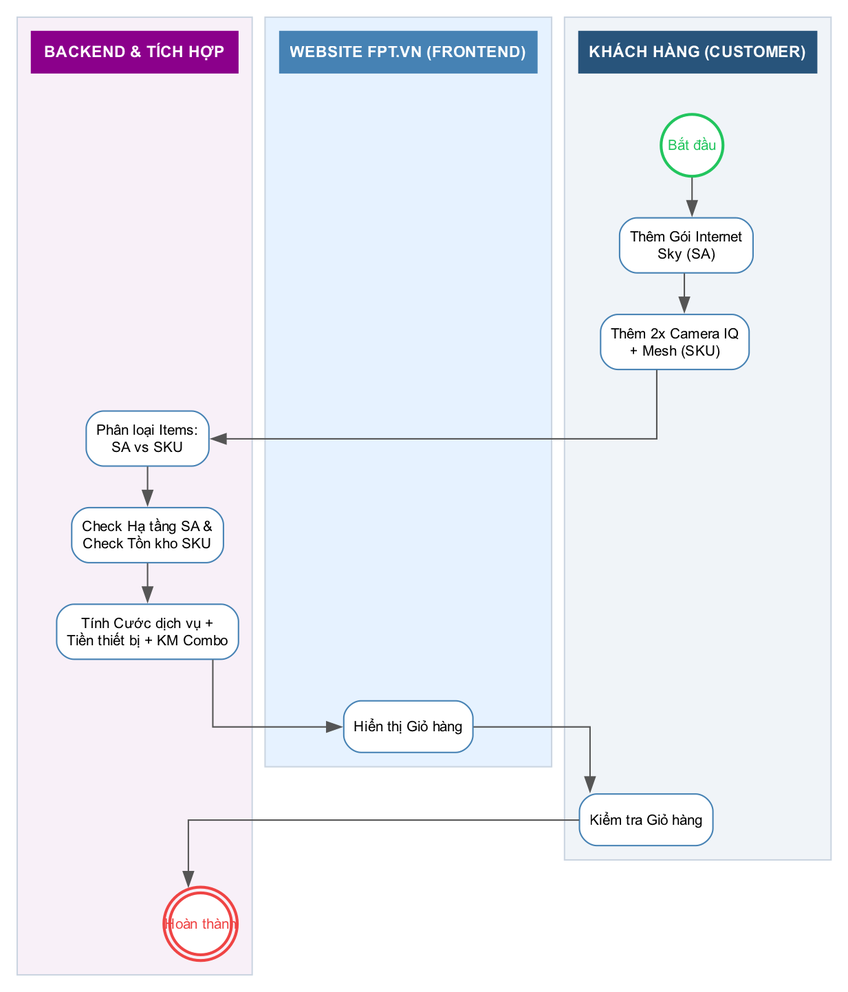
hathuy2706-BA/FPT keeps this Graphviz diagram as diagrams/bpmn_fr08_skusa.png. Above is the earlier version. Its source is kept beside it as diagrams/bpmn_fr08_skusa.dot.
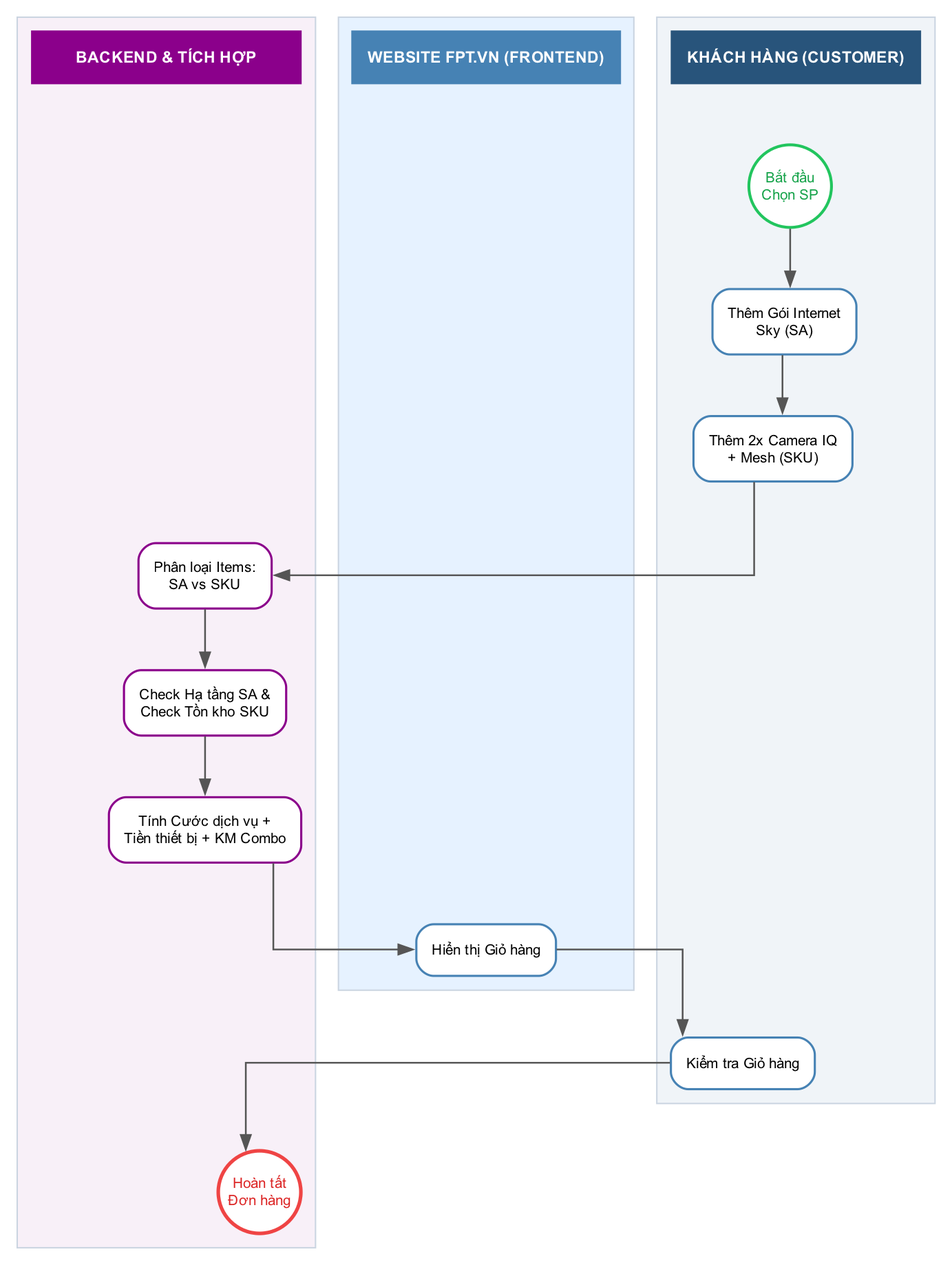
Later version of the same file.

Diff of the diagram source:
```diff
@@ -2,19 +2,19 @@
 
     rankdir=TB;
     splines=ortho;
-    nodesep=0.4;
-    ranksep=0.4;
+    nodesep=0.5;
+    ranksep=0.6;
     newrank=true;
     compound=true;
     fontname="Arial";
 
-    node [fontname="Arial", fontsize=10, shape=box, style="rounded,filled", fillcolor="white", color="#4682B4", penwidth=1.0, margin=0.1];
-    edge [fontname="Arial", fontsize=9, color="#555555", penwidth=1.0];
+    node [fontname="Arial", fontsize=10, shape=box, style="rounded,filled", fillcolor="white", color="#4682B4", penwidth=1.5, margin=0.15];
+    edge [fontname="Arial", fontsize=9, color="#555555", penwidth=1.2];
 
     subgraph cluster_customer {
         style=filled; color="#CBD5E1"; fillcolor="#F0F4F8"; penwidth=1; label=""; margin=10;
-        h_cust [label="KHÁCH HÀNG (CUSTOMER)", shape=box, style="filled", fillcolor="#28547B", color="#28547B", fontcolor="white", fontsize=11, fontname="Arial bold", width=2.0, height=0.4, fixedsize=false];
-        start [label="Bắt đầu", shape=circle, style="filled", fillcolor="white", color="#22C55E", fontcolor="#22C55E", penwidth=2, width=0.6, fixedsize=true];
+        h_cust [label="KHÁCH HÀNG (CUSTOMER)", shape=box, style="filled", fillcolor="#28547B", color="#28547B", fontcolor="white", fontsize=11, fontname="Arial bold", width=2.4, height=0.5, fixedsize=false];
+        start [label="Bắt đầu\nChọn SP", shape=circle, style="filled,bold", fillcolor="white", color="#22C55E", fontcolor="#16A34A", penwidth=2, width=0.8, fixedsize=true];
         add_sa [label="Thêm Gói Internet\nSky (SA)"];
         add_sku [label="Thêm 2x Camera IQ\n+ Mesh (SKU)"];
         view_mixed [label="Kiểm tra Giỏ hàng"];
@@ -22,17 +22,17 @@
     }
     subgraph cluster_fe {
         style=filled; color="#CBD5E1"; fillcolor="#E6F2FF"; penwidth=1; label=""; margin=10;
-        h_fe [label="WEBSITE FPT.VN (FRONTEND)", shape=box, style="filled", fillcolor="#4682B4", color="#4682B4", fontcolor="white", fontsize=11, fontname="Arial bold", width=2.0, height=0.4, fixedsize=false];
+        h_fe [label="WEBSITE FPT.VN (FRONTEND)", shape=box, style="filled", fillcolor="#4682B4", color="#4682B4", fontcolor="white", fontsize=11, fontname="Arial bold", width=2.4, height=0.5, fixedsize=false];
         display_cart [label="Hiển thị Giỏ hàng"];
         h_fe -> display_cart [style=invis];
     }
     subgraph cluster_be {
         style=filled; color="#CBD5E1"; fillcolor="#F8F0F8"; penwidth=1; label=""; margin=10;
-        h_be [label="BACKEND & TÍCH HỢP", shape=box, style="filled", fillcolor="#8B008B", color="#8B008B", fontcolor="white", fontsize=11, fontname="Arial bold", width=2.0, height=0.4, fixedsize=false];
-        split_items [label="Phân loại Items:\nSA vs SKU"];
-        check_geo_both [label="Check Hạ tầng SA &\nCheck Tồn kho SKU"];
-        calc_total_mix [label="Tính Cước dịch vụ +\nTiền thiết bị + KM Combo"];
-        end [label="Hoàn thành", shape=doublecircle, style="filled", fillcolor="white", color="#EF4444", fontcolor="#EF4444", penwidth=2, width=0.6, fixedsize=true];
+        h_be [label="BACKEND & TÍCH HỢP", shape=box, style="filled", fillcolor="#8B008B", color="#8B008B", fontcolor="white", fontsize=11, fontname="Arial bold", width=2.6, height=0.5, fixedsize=false];
+        split_items [label="Phân loại Items:\nSA vs SKU", color="#8B008B"];
+        check_geo_both [label="Check Hạ tầng SA &\nCheck Tồn kho SKU", color="#8B008B"];
+        calc_total_mix [label="Tính Cước dịch vụ +\nTiền thiết bị + KM Combo", color="#8B008B"];
+        end [label="Hoàn tất\nĐơn hàng", shape=circle, style="filled,bold", fillcolor="white", color="#EF4444", fontcolor="#DC2626", penwidth=2.5, width=0.8, fixedsize=true];
         h_be -> split_items [style=invis];
     }
     { rank=same; h_cust; h_fe; h_be; }
```
